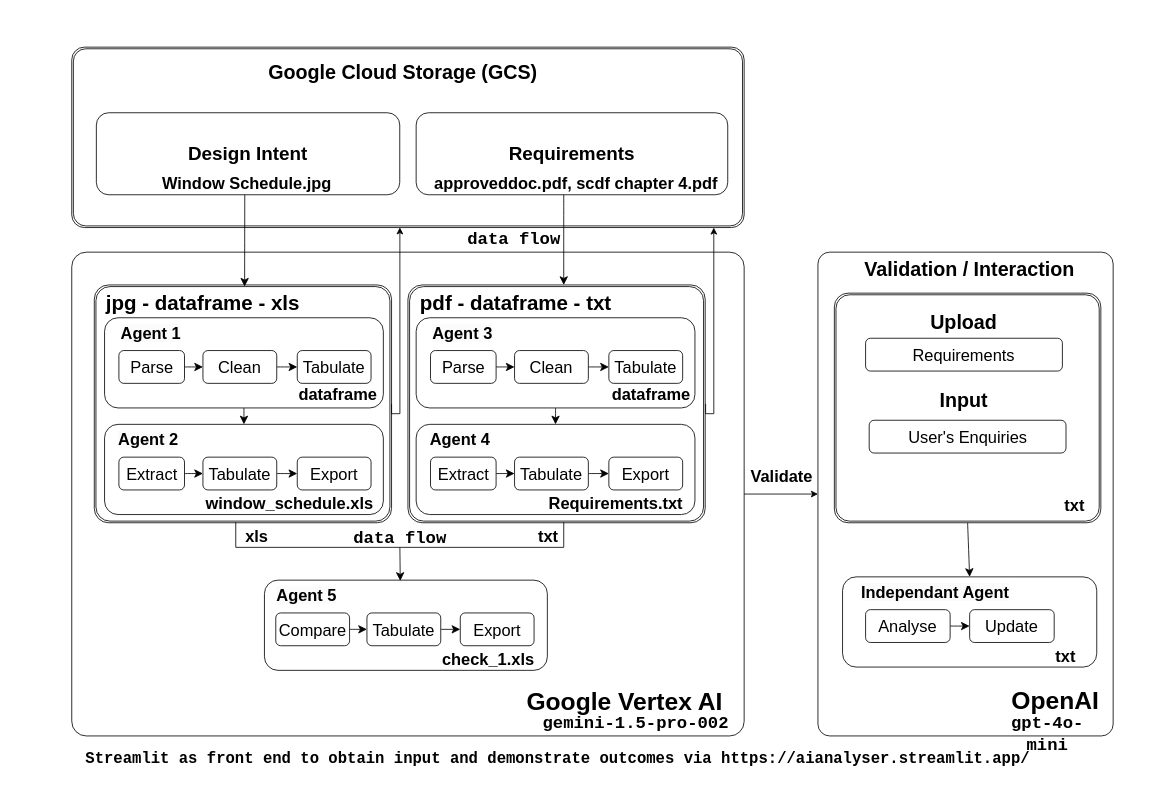
This is pictures/WorkflowDiagram.drawio from integrations-space/streamlit, a draw.io file, before an edit. Source tidied: cells renumbered, new cells numbered last; positions are measured from the earlier drawing's top-left corner, leaving out a move shared by most shapes. Both pictures are drawn from the tidied source at 82%, with x=0, y=0 at pixel (14, 14).
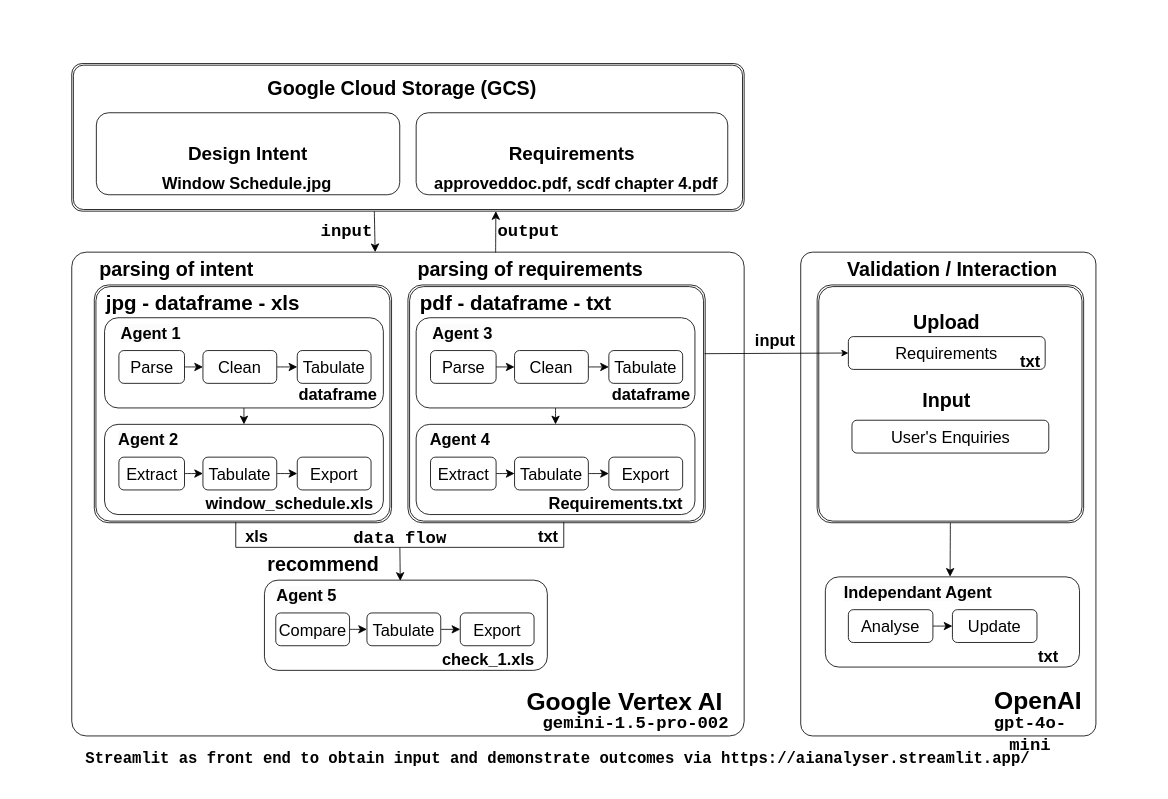
The same diagram, later.

The change refers to these unchanged cells:
```xml
<mxCell id="5" value="&lt;div&gt;&lt;br&gt;&lt;/div&gt;" style="rounded=1;whiteSpace=wrap;html=1;glass=0;strokeWidth=1;shadow=0;fontSize=30;fontStyle=1;verticalAlign=bottom;arcSize=3;" parent="1" vertex="1">
  <mxGeometry x="70" y="290" width="820" height="590" as="geometry" />
</mxCell>
<mxCell id="6" style="shape=ext;double=1;rounded=1;whiteSpace=wrap;html=1;arcSize=6;" parent="1" vertex="1">
  <mxGeometry x="480" y="330" width="362.5" height="290" as="geometry" />
</mxCell>
<mxCell id="8" style="shape=ext;double=1;rounded=1;whiteSpace=wrap;html=1;arcSize=6;" parent="1" vertex="1">
  <mxGeometry x="97.5" y="330" width="362.5" height="290" as="geometry" />
</mxCell>
<mxCell id="78" value="jpg - dataframe - xls" style="text;whiteSpace=wrap;html=1;fontStyle=1;align=left;fontSize=25;" parent="1" vertex="1">
  <mxGeometry x="110" y="330" width="260" height="50" as="geometry" />
</mxCell>
```

Diff of the diagram source:
```diff
@@
     <mxCell id="2" style="rounded=0;whiteSpace=wrap;html=1;labelBorderColor=none;fontColor=none;noLabel=1;strokeColor=none;" parent="1" vertex="1">
-      <mxGeometry width="1390" height="940" as="geometry" />
+      <mxGeometry x="30" y="40" width="1320" height="900" as="geometry" />
     </mxCell>
     <mxCell id="3" style="rounded=1;whiteSpace=wrap;html=1;glass=0;strokeWidth=1;shadow=0;fontSize=30;fontStyle=1;verticalAlign=top;arcSize=4;labelBorderColor=none;" parent="1" vertex="1">
-      <mxGeometry x="980" y="290" width="360" height="590" as="geometry" />
+      <mxGeometry x="959" y="290" width="360" height="590" as="geometry" />
     </mxCell>
     <mxCell id="4" style="shape=ext;double=1;rounded=1;whiteSpace=wrap;html=1;arcSize=6;" parent="1" vertex="1">
-      <mxGeometry x="1000" y="340" width="325" height="280" as="geometry" />
+      <mxGeometry x="979" y="330" width="325" height="290" as="geometry" />
     </mxCell>
@@
     <mxCell id="9" style="shape=ext;double=1;rounded=1;whiteSpace=wrap;html=1;arcSize=7;" parent="1" vertex="1">
-      <mxGeometry x="70" y="40" width="820" height="220" as="geometry" />
+      <mxGeometry x="70" y="60" width="820" height="180" as="geometry" />
     </mxCell>
@@
-    <mxCell id="17" style="edgeStyle=orthogonalEdgeStyle;rounded=0;jettySize=auto;html=1;entryX=0.488;entryY=0.999;entryDx=0;entryDy=0;entryPerimeter=0;exitX=1;exitY=0.5;exitDx=0;exitDy=0;" parent="1" edge="1" source="8" target="9">
-      <mxGeometry relative="1" as="geometry">
-        <Array as="points">
-          <mxPoint x="470" y="487" />
-        </Array>
-      </mxGeometry>
-    </mxCell>
@@
     <mxCell id="60" value="&lt;div style=&quot;font-size: 21px;&quot;&gt;&lt;span style=&quot;font-size: 21px;&quot; id=&quot;docs-internal-guid-1821d3b9-7fff-7af8-b4e6-91dbe0856bd1&quot;&gt;&lt;span style=&quot;font-size: 21px; font-family: &amp;quot;Roboto Mono&amp;quot;, monospace; background-color: transparent; font-variant-numeric: normal; font-variant-east-asian: normal; font-variant-alternates: normal; font-variant-position: normal; vertical-align: baseline; white-space-collapse: preserve;&quot;&gt;gpt-4o-mini&lt;/span&gt;&lt;/span&gt;&lt;/div&gt;" style="text;whiteSpace=wrap;html=1;fontStyle=1;fontColor=#000000;align=center;fontSize=21;" parent="1" vertex="1">
-      <mxGeometry x="1190" y="844" width="140" height="30" as="geometry" />
+      <mxGeometry x="1169" y="844" width="140" height="30" as="geometry" />
     </mxCell>
     <mxCell id="61" style="rounded=1;whiteSpace=wrap;html=1;labelBackgroundColor=#1A1A1A;" parent="1" vertex="1">
-      <mxGeometry x="1010" y="686" width="310" height="110" as="geometry" />
+      <mxGeometry x="989" y="686" width="310" height="110" as="geometry" />
     </mxCell>
@@
     <mxCell id="63" value="&lt;p&gt;&lt;span style=&quot;font-size: 20px;&quot;&gt;Analyse&lt;/span&gt;&lt;/p&gt;" style="rounded=1;whiteSpace=wrap;html=1;fontSize=12;glass=0;strokeWidth=1;shadow=0;" parent="1" vertex="1">
-      <mxGeometry x="1038.1" y="726" width="103.1" height="40" as="geometry" />
+      <mxGeometry x="1017.1" y="726" width="103.1" height="40" as="geometry" />
     </mxCell>
     <mxCell id="64" value="&lt;span style=&quot;color: rgb(0, 0, 0); font-family: Helvetica; font-size: 20px; font-style: normal; font-variant-ligatures: normal; font-variant-caps: normal; letter-spacing: normal; orphans: 2; text-align: center; text-indent: 0px; text-transform: none; widows: 2; word-spacing: 0px; -webkit-text-stroke-width: 0px; white-space: normal; background-color: rgb(251, 251, 251); text-decoration-thickness: initial; text-decoration-style: initial; text-decoration-color: initial; float: none; display: inline !important;&quot;&gt;Independant Agent&lt;/span&gt;" style="text;whiteSpace=wrap;html=1;fontStyle=1;" parent="1" vertex="1">
-      <mxGeometry x="1030.6" y="686" width="197.5" height="50" as="geometry" />
+      <mxGeometry x="1009.6" y="686" width="197.5" height="50" as="geometry" />
     </mxCell>
     <mxCell id="65" value="&lt;p&gt;&lt;span style=&quot;font-size: 20px;&quot;&gt;Update&lt;/span&gt;&lt;/p&gt;" style="rounded=1;whiteSpace=wrap;html=1;fontSize=12;glass=0;strokeWidth=1;shadow=0;" parent="1" vertex="1">
-      <mxGeometry x="1165" y="726" width="103.1" height="40" as="geometry" />
+      <mxGeometry x="1144" y="726" width="103.1" height="40" as="geometry" />
     </mxCell>
     <mxCell id="66" value="&lt;div style=&quot;text-align: center;&quot;&gt;&lt;span style=&quot;background-color: initial; font-size: 20px;&quot;&gt;txt&lt;/span&gt;&lt;/div&gt;" style="text;whiteSpace=wrap;html=1;fontStyle=1;" parent="1" vertex="1">
-      <mxGeometry x="1268.1" y="764" width="90" height="50" as="geometry" />
+      <mxGeometry x="1247.1" y="764" width="90" height="50" as="geometry" />
     </mxCell>
     <mxCell id="67" value="&lt;p&gt;&lt;span style=&quot;font-size: 20px;&quot;&gt;Requirements&lt;/span&gt;&lt;/p&gt;" style="rounded=1;whiteSpace=wrap;html=1;fontSize=12;glass=0;strokeWidth=1;shadow=0;" parent="1" vertex="1">
-      <mxGeometry x="1038.1" y="395" width="240" height="40" as="geometry" />
+      <mxGeometry x="1017.1" y="393" width="240" height="40" as="geometry" />
     </mxCell>
-    <mxCell id="68" style="edgeStyle=none;curved=1;rounded=0;jettySize=auto;html=1;fontSize=12;startSize=8;endSize=8;exitX=0.5;exitY=1;exitDx=0;exitDy=0;entryX=0.5;entryY=0;entryDx=0;entryDy=0;" parent="1" edge="1" source="4" target="61">
+    <mxCell id="68" style="edgeStyle=none;curved=1;rounded=0;jettySize=auto;html=1;fontSize=12;startSize=8;endSize=8;exitX=0.5;exitY=1;exitDx=0;exitDy=0;entryX=0.666;entryY=-0.004;entryDx=0;entryDy=0;entryPerimeter=0;" parent="1" edge="1" source="4" target="64">
       <mxGeometry relative="1" as="geometry" />
     </mxCell>
     <mxCell id="69" value="&lt;p&gt;&lt;span style=&quot;font-size: 20px;&quot;&gt;User's Enquiries&lt;/span&gt;&lt;/p&gt;" style="rounded=1;whiteSpace=wrap;html=1;fontSize=12;glass=0;strokeWidth=1;shadow=0;" parent="1" vertex="1">
-      <mxGeometry x="1042.5" y="495" width="240" height="40" as="geometry" />
+      <mxGeometry x="1021.5" y="495" width="240" height="40" as="geometry" />
     </mxCell>
     <mxCell id="70" value="&lt;div style=&quot;text-align: center;&quot;&gt;&lt;span style=&quot;background-color: initial; font-size: 20px;&quot;&gt;txt&lt;/span&gt;&lt;/div&gt;" style="text;whiteSpace=wrap;html=1;fontStyle=1;" parent="1" vertex="1">
-      <mxGeometry x="1279.4" y="580" width="90" height="30" as="geometry" />
+      <mxGeometry x="1225" y="404" width="90" height="30" as="geometry" />
     </mxCell>
     <mxCell id="71" value="&lt;div style=&quot;font-size: 24px;&quot;&gt;&lt;span style=&quot;background-color: initial; font-size: 24px;&quot;&gt;Upload&lt;/span&gt;&lt;/div&gt;" style="text;whiteSpace=wrap;html=1;fontStyle=1;align=center;fontSize=24;" parent="1" vertex="1">
-      <mxGeometry x="1048.1" y="355" width="220" height="50" as="geometry" />
+      <mxGeometry x="1027.1" y="355" width="220" height="50" as="geometry" />
     </mxCell>
-    <mxCell id="72" value="&lt;div style=&quot;&quot;&gt;&lt;span style=&quot;font-size: 20px;&quot;&gt;Validate&lt;/span&gt;&lt;/div&gt;" style="text;whiteSpace=wrap;html=1;fontStyle=1;align=center;verticalAlign=bottom;" parent="1" vertex="1">
-      <mxGeometry x="880.6" y="543" width="110" height="35" as="geometry" />
+    <mxCell id="72" value="&lt;div style=&quot;&quot;&gt;&lt;span style=&quot;font-size: 20px;&quot;&gt;input&lt;/span&gt;&lt;/div&gt;" style="text;whiteSpace=wrap;html=1;fontStyle=1;align=center;verticalAlign=bottom;" parent="1" vertex="1">
+      <mxGeometry x="873" y="377" width="110" height="35" as="geometry" />
     </mxCell>
@@
-    <mxCell id="74" value="&lt;div style=&quot;font-size: 21px;&quot;&gt;&lt;span style=&quot;font-size: 21px;&quot; id=&quot;docs-internal-guid-1821d3b9-7fff-7af8-b4e6-91dbe0856bd1&quot;&gt;&lt;span style=&quot;font-size: 21px; font-family: &amp;quot;Roboto Mono&amp;quot;, monospace; background-color: transparent; font-variant-numeric: normal; font-variant-east-asian: normal; font-variant-alternates: normal; font-variant-position: normal; vertical-align: baseline; white-space-collapse: preserve;&quot;&gt;data flow&lt;/span&gt;&lt;/span&gt;&lt;/div&gt;" style="text;whiteSpace=wrap;html=1;fontStyle=1;fontColor=#000000;align=center;fontSize=21;" parent="1" vertex="1">
-      <mxGeometry x="549.4" y="254" width="120.6" height="30" as="geometry" />
+    <mxCell id="74" value="&lt;div style=&quot;font-size: 21px;&quot;&gt;&lt;span style=&quot;font-size: 21px;&quot; id=&quot;docs-internal-guid-1821d3b9-7fff-7af8-b4e6-91dbe0856bd1&quot;&gt;&lt;span style=&quot;font-size: 21px; font-family: &amp;quot;Roboto Mono&amp;quot;, monospace; background-color: transparent; font-variant-numeric: normal; font-variant-east-asian: normal; font-variant-alternates: normal; font-variant-position: normal; vertical-align: baseline; white-space-collapse: preserve;&quot;&gt;input&lt;/span&gt;&lt;/span&gt;&lt;/div&gt;" style="text;whiteSpace=wrap;html=1;fontStyle=1;fontColor=#000000;align=center;fontSize=21;" parent="1" vertex="1">
+      <mxGeometry x="345" y="244" width="120.6" height="30" as="geometry" />
     </mxCell>
-    <mxCell id="75" style="endArrow=classic;html=1;rounded=0;exitX=1;exitY=0.5;exitDx=0;exitDy=0;" parent="1" edge="1" source="5" target="3">
+    <mxCell id="75" style="endArrow=classic;html=1;rounded=0;exitX=0.998;exitY=0.289;exitDx=0;exitDy=0;exitPerimeter=0;entryX=0;entryY=0.5;entryDx=0;entryDy=0;" parent="1" edge="1" source="6" target="67">
       <mxGeometry relative="1" as="geometry" />
     </mxCell>
     <mxCell id="76" value="&lt;div style=&quot;font-size: 24px;&quot;&gt;Google Cloud Storage (GCS)&lt;/div&gt;" style="text;whiteSpace=wrap;html=1;fontStyle=1;align=left;fontSize=24;" parent="1" vertex="1">
-      <mxGeometry x="308.4" y="50" width="333.1" height="50" as="geometry" />
+      <mxGeometry x="306.7" y="70" width="333.1" height="50" as="geometry" />
     </mxCell>
@@
-    <mxCell id="79" style="edgeStyle=orthogonalEdgeStyle;rounded=0;orthogonalLoop=1;jettySize=auto;html=1;entryX=0.488;entryY=0.999;entryDx=0;entryDy=0;entryPerimeter=0;exitX=1;exitY=0.5;exitDx=0;exitDy=0;" parent="1" edge="1">
-      <mxGeometry relative="1" as="geometry">
-        <mxPoint x="843" y="475" as="sourcePoint" />
-        <mxPoint x="853" y="260" as="targetPoint" />
-        <Array as="points">
-          <mxPoint x="853" y="487" />
-        </Array>
-      </mxGeometry>
-    </mxCell>
@@
-    <mxCell id="84" style="edgeStyle=none;curved=1;rounded=0;jettySize=auto;html=1;fontSize=12;startSize=8;endSize=8;entryX=0.657;entryY=0.04;entryDx=0;entryDy=0;entryPerimeter=0;" parent="1" edge="1" target="78">
+    <mxCell id="84" style="edgeStyle=none;curved=1;rounded=0;jettySize=auto;html=1;fontSize=12;startSize=8;endSize=8;entryX=0.619;entryY=0.029;entryDx=0;entryDy=0;entryPerimeter=0;exitX=0.45;exitY=1.002;exitDx=0;exitDy=0;exitPerimeter=0;" parent="1" edge="1" source="9">
       <mxGeometry relative="1" as="geometry">
-        <mxPoint x="281" y="220" as="sourcePoint" />
+        <mxPoint x="440" y="290" as="targetPoint" />
       </mxGeometry>
     </mxCell>
-    <mxCell id="85" style="edgeStyle=none;curved=1;rounded=0;orthogonalLoop=1;jettySize=auto;html=1;fontSize=12;startSize=8;endSize=8;entryX=0.657;entryY=0.04;entryDx=0;entryDy=0;entryPerimeter=0;" parent="1" edge="1">
-      <mxGeometry relative="1" as="geometry">
-        <mxPoint x="670" y="220" as="sourcePoint" />
-        <mxPoint x="670" y="330" as="targetPoint" />
-      </mxGeometry>
-    </mxCell>
@@
     <mxCell id="88" value="&lt;div style=&quot;font-size: 30px;&quot;&gt;OpenAI&lt;/div&gt;" style="text;whiteSpace=wrap;html=1;fontStyle=1;align=right;fontSize=30;" parent="1" vertex="1">
-      <mxGeometry x="1155" y="813" width="170" height="50" as="geometry" />
+      <mxGeometry x="1134" y="813" width="170" height="50" as="geometry" />
     </mxCell>
     <mxCell id="89" value="&lt;div style=&quot;font-size: 24px;&quot;&gt;&lt;span style=&quot;background-color: initial; font-size: 24px;&quot;&gt;Validation / Interaction&lt;/span&gt;&lt;/div&gt;" style="text;whiteSpace=wrap;html=1;fontStyle=1;align=center;fontSize=24;" parent="1" vertex="1">
-      <mxGeometry x="1030" y="290" width="270" height="50" as="geometry" />
+      <mxGeometry x="1009" y="290" width="270" height="50" as="geometry" />
     </mxCell>
     <mxCell id="90" value="&lt;div style=&quot;font-size: 24px;&quot;&gt;&lt;span style=&quot;background-color: initial; font-size: 24px;&quot;&gt;Input&lt;/span&gt;&lt;/div&gt;" style="text;whiteSpace=wrap;html=1;fontStyle=1;align=center;fontSize=24;" parent="1" vertex="1">
-      <mxGeometry x="1048.1" y="450" width="220" height="50" as="geometry" />
+      <mxGeometry x="1027.1" y="450" width="220" height="50" as="geometry" />
     </mxCell>
+    <mxCell id="91" value="&lt;div style=&quot;font-size: 24px;&quot;&gt;parsing of intent&lt;/div&gt;" style="text;whiteSpace=wrap;html=1;fontStyle=1;align=left;fontSize=24;" parent="1" vertex="1">
+      <mxGeometry x="101.9" y="290" width="333.1" height="50" as="geometry" />
+    </mxCell>
+    <mxCell id="92" value="&lt;div style=&quot;font-size: 24px;&quot;&gt;parsing of requirements&lt;/div&gt;" style="text;whiteSpace=wrap;html=1;fontStyle=1;align=left;fontSize=24;" parent="1" vertex="1">
+      <mxGeometry x="490" y="290" width="333.1" height="50" as="geometry" />
+    </mxCell>
+    <mxCell id="93" value="&lt;div style=&quot;font-size: 24px;&quot;&gt;recommend&lt;/div&gt;" style="text;whiteSpace=wrap;html=1;fontStyle=1;align=left;fontSize=24;" parent="1" vertex="1">
+      <mxGeometry x="306.7" y="650" width="166.6" height="50" as="geometry" />
+    </mxCell>
+    <mxCell id="94" style="edgeStyle=none;curved=1;rounded=0;jettySize=auto;html=1;fontSize=12;startSize=8;endSize=8;entryX=0.5;entryY=1;entryDx=0;entryDy=0;exitX=0.291;exitY=0.007;exitDx=0;exitDy=0;exitPerimeter=0;" parent="1" edge="1" source="92">
+      <mxGeometry relative="1" as="geometry">
+        <mxPoint x="587.2" y="240" as="targetPoint" />
+      </mxGeometry>
+    </mxCell>
+    <mxCell id="95" value="&lt;div style=&quot;font-size: 21px;&quot;&gt;&lt;span style=&quot;font-size: 21px;&quot; id=&quot;docs-internal-guid-1821d3b9-7fff-7af8-b4e6-91dbe0856bd1&quot;&gt;&lt;span style=&quot;font-size: 21px; font-family: &amp;quot;Roboto Mono&amp;quot;, monospace; background-color: transparent; font-variant-numeric: normal; font-variant-east-asian: normal; font-variant-alternates: normal; font-variant-position: normal; vertical-align: baseline; white-space-collapse: preserve;&quot;&gt;output&lt;/span&gt;&lt;/span&gt;&lt;/div&gt;" style="text;whiteSpace=wrap;html=1;fontStyle=1;fontColor=#000000;align=center;fontSize=21;" parent="1" vertex="1">
+      <mxGeometry x="577" y="244" width="100.6" height="30" as="geometry" />
+    </mxCell>
```
